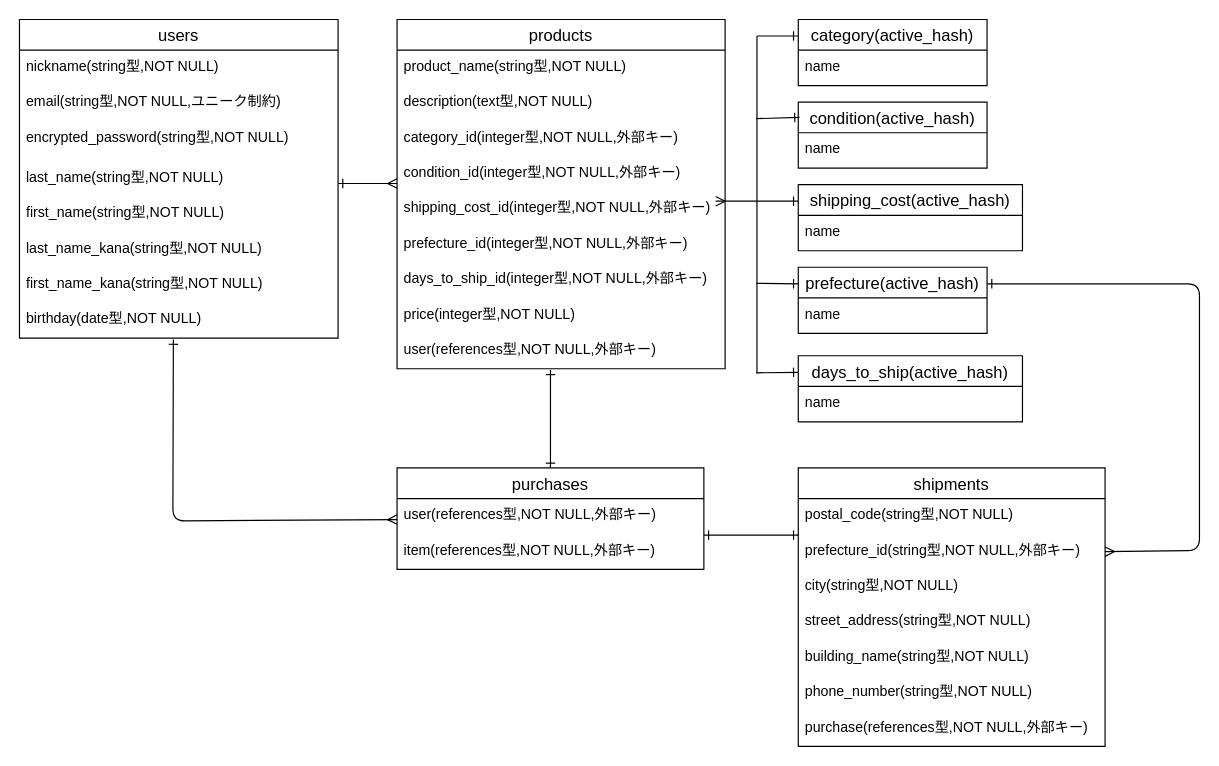
Before: furima.dio in hisamaco/furima-40132, a draw.io diagram. Source tidied: cells renumbered, new cells numbered last; positions are measured from the earlier drawing's top-left corner, leaving out a move shared by most shapes. Both pictures are drawn from the tidied source at 118%, with x=0, y=0 at pixel (19, 19).
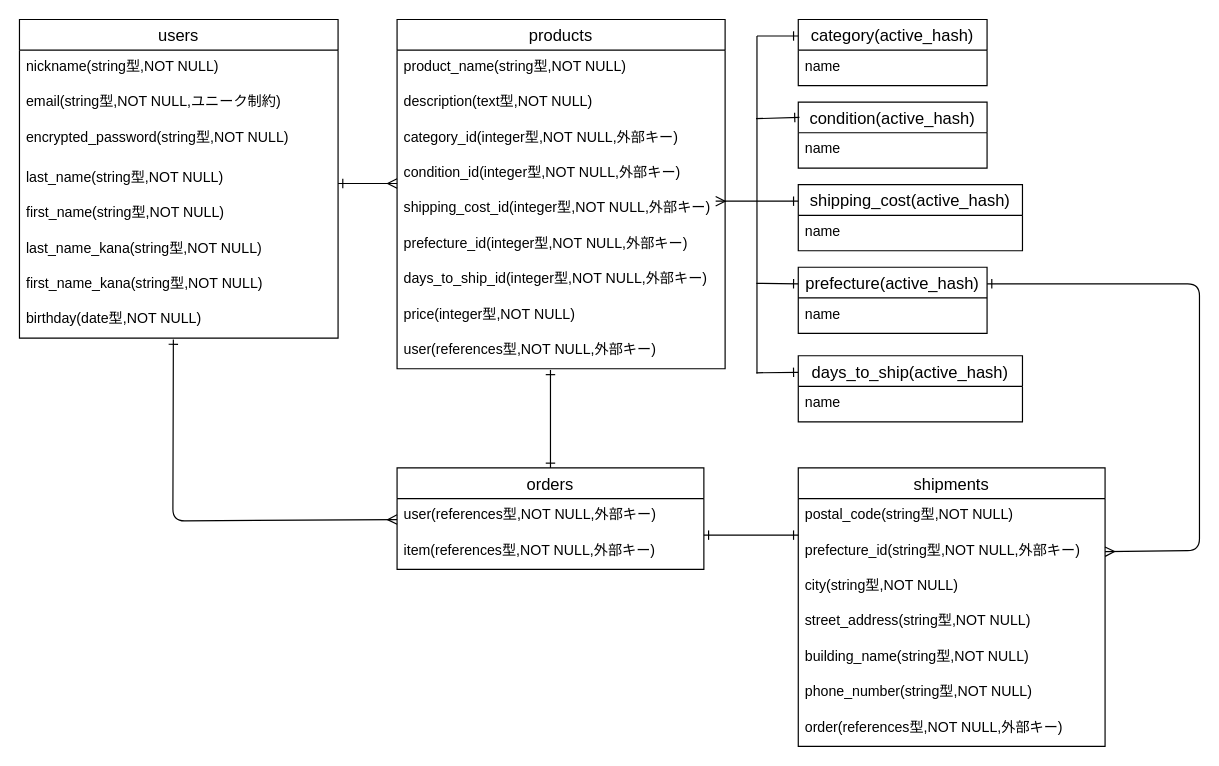
After the change.

The change refers to these unchanged cells:
```xml
<mxCell id="26" value="shipments" style="swimlane;fontStyle=0;horizontal=1;startSize=26;align=center;fontSize=14;" parent="1" vertex="1">
  <mxGeometry x="660" y="380" width="260" height="236" as="geometry" />
</mxCell>
```

Diff of the diagram source:
```diff
@@
-    <mxCell id="22" value="purchases" style="swimlane;fontStyle=0;horizontal=1;startSize=26;align=center;fontSize=14;" parent="1" vertex="1">
+    <mxCell id="22" value="orders" style="swimlane;fontStyle=0;horizontal=1;startSize=26;align=center;fontSize=14;" parent="1" vertex="1">
       <mxGeometry x="320" y="380" width="260" height="86" as="geometry" />
     </mxCell>
@@
-    <mxCell id="33" value="purchase(references型,NOT NULL,外部キー)" style="text;strokeColor=none;fillColor=none;spacingLeft=4;spacingRight=4;overflow=hidden;fontSize=12;" parent="26" vertex="1">
+    <mxCell id="33" value="order(references型,NOT NULL,外部キー)" style="text;strokeColor=none;fillColor=none;spacingLeft=4;spacingRight=4;overflow=hidden;fontSize=12;" parent="26" vertex="1">
       <mxGeometry y="206" width="260" height="30" as="geometry" />
     </mxCell>
```
